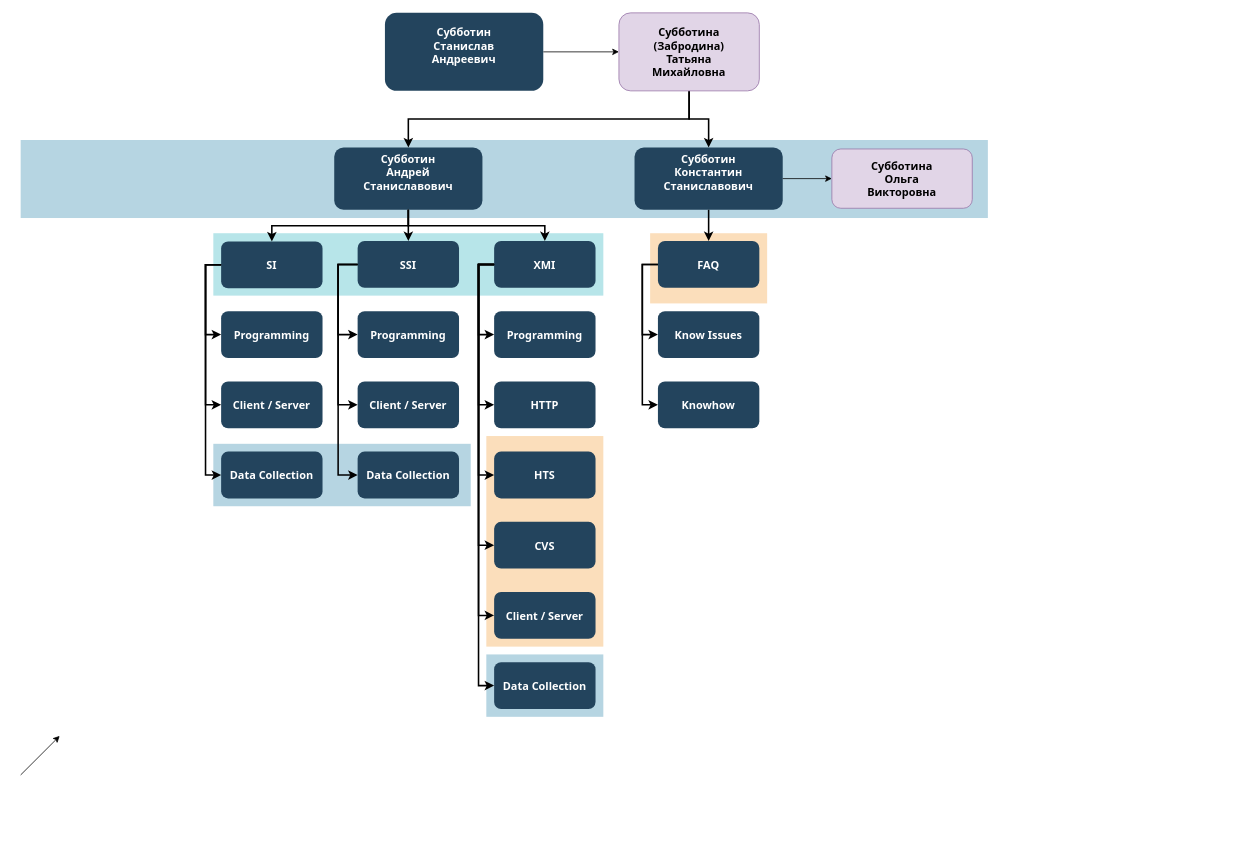
This is SubbotinStanislavAndreevich.drawio from sas26031962/family_tree, a draw.io file, before an edit. Source tidied: cells renumbered, new cells numbered last; positions are measured from the earlier drawing's top-left corner, leaving out a move shared by most shapes. Both pictures are drawn from the tidied source at 78%, with x=0, y=0 at pixel (20, 12).
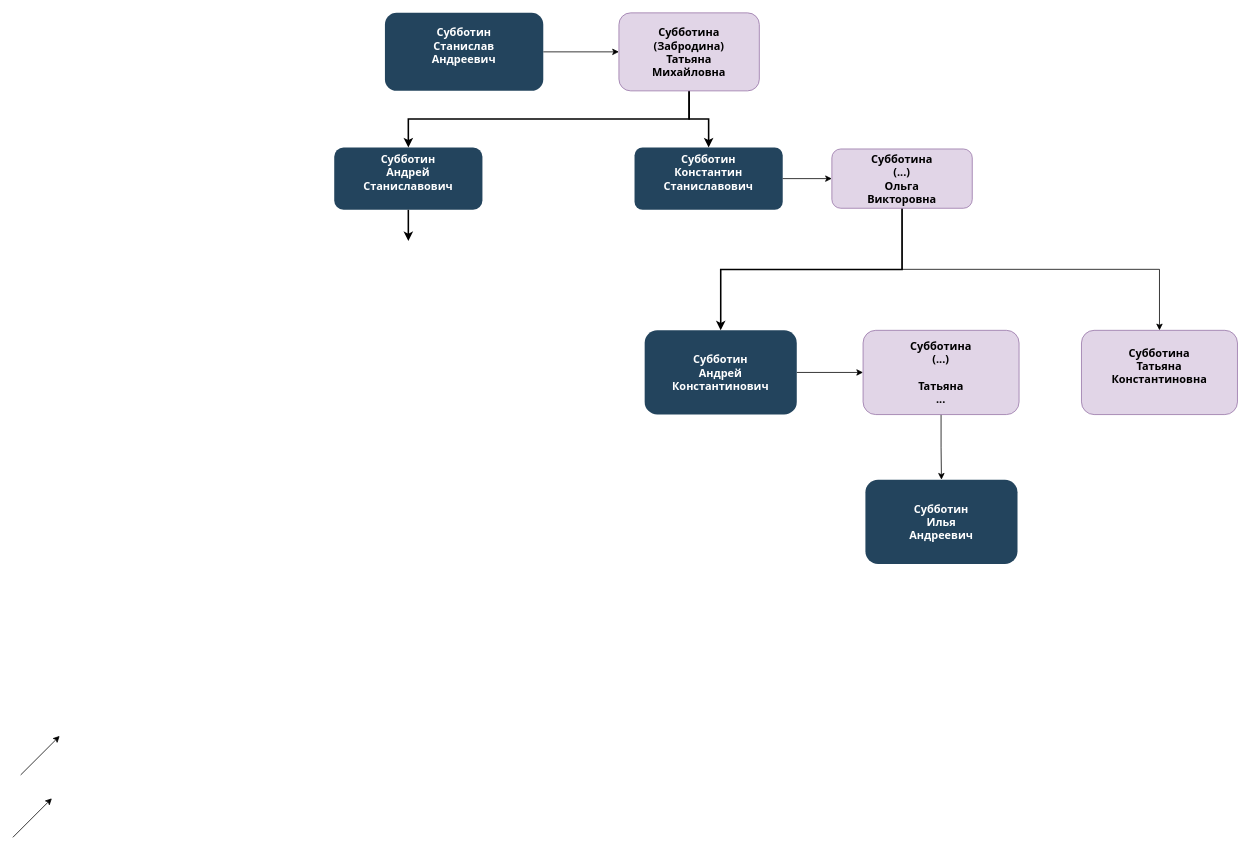
The same diagram, later.

The change refers to these unchanged cells:
```xml
<mxCell id="12" value="Субботин&#10;Андрей&#10;Станиславович&#10;" style="rounded=1;fillColor=#23445D;gradientColor=none;strokeColor=none;fontColor=#FFFFFF;fontStyle=1;fontFamily=Tahoma;fontSize=14;" parent="1" vertex="1">
  <mxGeometry x="402" y="172.5" width="190" height="80" as="geometry" />
</mxCell>
```

Change to the diagram source:
```diff
@@
-    <mxCell id="2" style="fillColor=#10739E;strokeColor=none;opacity=30;" parent="1" vertex="1">
-      <mxGeometry y="163" width="1240" height="100" as="geometry" />
-    </mxCell>
-    <mxCell id="3" style="fillColor=#F2931E;strokeColor=none;opacity=30;" parent="1" vertex="1">
-      <mxGeometry x="807" y="282.5" width="150" height="90" as="geometry" />
-    </mxCell>
-    <mxCell id="4" style="fillColor=#F2931E;strokeColor=none;opacity=30;" parent="1" vertex="1">
-      <mxGeometry x="597" y="542.5" width="150" height="270" as="geometry" />
-    </mxCell>
-    <mxCell id="5" style="fillColor=#10739E;strokeColor=none;opacity=30;" parent="1" vertex="1">
-      <mxGeometry x="597" y="822.5" width="150" height="80" as="geometry" />
-    </mxCell>
-    <mxCell id="6" style="fillColor=#10739E;strokeColor=none;opacity=30;" parent="1" vertex="1">
-      <mxGeometry x="247" y="552.5" width="330" height="80" as="geometry" />
-    </mxCell>
-    <mxCell id="7" style="fillColor=#12AAB5;strokeColor=none;opacity=30;" parent="1" vertex="1">
-      <mxGeometry x="247" y="282.5" width="500" height="80" as="geometry" />
-    </mxCell>
@@
-    <mxCell id="11" value="Субботин&#10;Константин&#10;Станиславович&#10;" style="rounded=1;fillColor=#23445D;gradientColor=none;strokeColor=none;fontColor=#FFFFFF;fontStyle=1;fontFamily=Tahoma;fontSize=14;" parent="1" vertex="1">
+    <mxCell id="11" value="Субботин&#10;Константин&#10;Станиславович&#10;" style="rounded=1;fillColor=#23445D;gradientColor=none;strokeColor=none;fontColor=#FFFFFF;fontStyle=1;fontFamily=Tahoma;fontSize=14;arcSize=13;" parent="1" vertex="1">
       <mxGeometry x="787" y="172.5" width="190" height="80" as="geometry" />
     </mxCell>
@@
-    <mxCell id="13" value="SI" style="rounded=1;fillColor=#23445D;gradientColor=none;strokeColor=none;fontColor=#FFFFFF;fontStyle=1;fontFamily=Tahoma;fontSize=14;" parent="1" vertex="1">
-      <mxGeometry x="257" y="293" width="130" height="60" as="geometry" />
-    </mxCell>
-    <mxCell id="14" value="Programming" style="rounded=1;fillColor=#23445D;gradientColor=none;strokeColor=none;fontColor=#FFFFFF;fontStyle=1;fontFamily=Tahoma;fontSize=14;" parent="1" vertex="1">
-      <mxGeometry x="257" y="382.5" width="130" height="60" as="geometry" />
-    </mxCell>
-    <mxCell id="15" value="Client / Server" style="rounded=1;fillColor=#23445D;gradientColor=none;strokeColor=none;fontColor=#FFFFFF;fontStyle=1;fontFamily=Tahoma;fontSize=14;" parent="1" vertex="1">
-      <mxGeometry x="257" y="472.5" width="130" height="60" as="geometry" />
-    </mxCell>
-    <mxCell id="16" value="Data Collection" style="rounded=1;fillColor=#23445D;gradientColor=none;strokeColor=none;fontColor=#FFFFFF;fontStyle=1;fontFamily=Tahoma;fontSize=14;" parent="1" vertex="1">
-      <mxGeometry x="257" y="562.5" width="130" height="60" as="geometry" />
-    </mxCell>
-    <mxCell id="17" value="SSI" style="rounded=1;fillColor=#23445D;gradientColor=none;strokeColor=none;fontColor=#FFFFFF;fontStyle=1;fontFamily=Tahoma;fontSize=14;" parent="1" vertex="1">
-      <mxGeometry x="432" y="292.5" width="130" height="60" as="geometry" />
-    </mxCell>
-    <mxCell id="18" value="Programming" style="rounded=1;fillColor=#23445D;gradientColor=none;strokeColor=none;fontColor=#FFFFFF;fontStyle=1;fontFamily=Tahoma;fontSize=14;" parent="1" vertex="1">
-      <mxGeometry x="432" y="382.5" width="130" height="60" as="geometry" />
-    </mxCell>
-    <mxCell id="19" value="Client / Server" style="rounded=1;fillColor=#23445D;gradientColor=none;strokeColor=none;fontColor=#FFFFFF;fontStyle=1;fontFamily=Tahoma;fontSize=14;" parent="1" vertex="1">
-      <mxGeometry x="432" y="472.5" width="130" height="60" as="geometry" />
-    </mxCell>
-    <mxCell id="20" value="Data Collection" style="rounded=1;fillColor=#23445D;gradientColor=none;strokeColor=none;fontColor=#FFFFFF;fontStyle=1;fontFamily=Tahoma;fontSize=14;" parent="1" vertex="1">
-      <mxGeometry x="432" y="562.5" width="130" height="60" as="geometry" />
-    </mxCell>
-    <mxCell id="21" value="XMI" style="rounded=1;fillColor=#23445D;gradientColor=none;strokeColor=none;fontColor=#FFFFFF;fontStyle=1;fontFamily=Tahoma;fontSize=14;" parent="1" vertex="1">
-      <mxGeometry x="607" y="292.5" width="130" height="60" as="geometry" />
-    </mxCell>
-    <mxCell id="22" value="Programming" style="rounded=1;fillColor=#23445D;gradientColor=none;strokeColor=none;fontColor=#FFFFFF;fontStyle=1;fontFamily=Tahoma;fontSize=14;" parent="1" vertex="1">
-      <mxGeometry x="607" y="382.5" width="130" height="60" as="geometry" />
-    </mxCell>
-    <mxCell id="23" value="HTTP" style="rounded=1;fillColor=#23445D;gradientColor=none;strokeColor=none;fontColor=#FFFFFF;fontStyle=1;fontFamily=Tahoma;fontSize=14;" parent="1" vertex="1">
-      <mxGeometry x="607" y="472.5" width="130" height="60" as="geometry" />
-    </mxCell>
-    <mxCell id="24" value="HTS" style="rounded=1;fillColor=#23445D;gradientColor=none;strokeColor=none;fontColor=#FFFFFF;fontStyle=1;fontFamily=Tahoma;fontSize=14;" parent="1" vertex="1">
-      <mxGeometry x="607" y="562.5" width="130" height="60" as="geometry" />
-    </mxCell>
-    <mxCell id="25" value="CVS" style="rounded=1;fillColor=#23445D;gradientColor=none;strokeColor=none;fontColor=#FFFFFF;fontStyle=1;fontFamily=Tahoma;fontSize=14;" parent="1" vertex="1">
-      <mxGeometry x="607" y="652.5" width="130" height="60" as="geometry" />
-    </mxCell>
-    <mxCell id="26" value="Client / Server" style="rounded=1;fillColor=#23445D;gradientColor=none;strokeColor=none;fontColor=#FFFFFF;fontStyle=1;fontFamily=Tahoma;fontSize=14;" parent="1" vertex="1">
-      <mxGeometry x="607" y="742.5" width="130" height="60" as="geometry" />
-    </mxCell>
-    <mxCell id="27" value="Data Collection" style="rounded=1;fillColor=#23445D;gradientColor=none;strokeColor=none;fontColor=#FFFFFF;fontStyle=1;fontFamily=Tahoma;fontSize=14;" parent="1" vertex="1">
-      <mxGeometry x="607" y="832.5" width="130" height="60" as="geometry" />
-    </mxCell>
+    <mxCell id="54" style="edgeStyle=orthogonalEdgeStyle;rounded=0;jettySize=auto;html=1;exitX=1;exitY=0.5;exitDx=0;exitDy=0;entryX=0;entryY=0.5;entryDx=0;entryDy=0;" parent="1" edge="1" source="28" target="57">
+      <mxGeometry relative="1" as="geometry" />
+    </mxCell>
-    <mxCell id="28" value="FAQ" style="rounded=1;fillColor=#23445D;gradientColor=none;strokeColor=none;fontColor=#FFFFFF;fontStyle=1;fontFamily=Tahoma;fontSize=14;" parent="1" vertex="1">
-      <mxGeometry x="817" y="292.5" width="130" height="60" as="geometry" />
+    <mxCell id="28" value="Субботин&#10;Андрей&#10;Константинович" style="rounded=1;fillColor=#23445D;gradientColor=none;strokeColor=none;fontColor=#FFFFFF;fontStyle=1;fontFamily=Tahoma;fontSize=14;" parent="1" vertex="1">
+      <mxGeometry x="800" y="407" width="195" height="108" as="geometry" />
     </mxCell>
-    <mxCell id="29" value="Know Issues" style="rounded=1;fillColor=#23445D;gradientColor=none;strokeColor=none;fontColor=#FFFFFF;fontStyle=1;fontFamily=Tahoma;fontSize=14;" parent="1" vertex="1">
-      <mxGeometry x="817" y="382.5" width="130" height="60" as="geometry" />
-    </mxCell>
-    <mxCell id="30" value="Knowhow" style="rounded=1;fillColor=#23445D;gradientColor=none;strokeColor=none;fontColor=#FFFFFF;fontStyle=1;fontFamily=Tahoma;fontSize=14;" parent="1" vertex="1">
-      <mxGeometry x="817" y="472.5" width="130" height="60" as="geometry" />
-    </mxCell>
@@
-    <mxCell id="32" style="edgeStyle=elbowEdgeStyle;elbow=horizontal;strokeWidth=2;rounded=0;" parent="1" edge="1" source="13" target="14">
-      <mxGeometry x="-23" y="135.5" as="geometry">
-        <Array as="points">
-          <mxPoint x="237" y="372.5" />
-        </Array>
-      </mxGeometry>
-    </mxCell>
-    <mxCell id="33" style="edgeStyle=elbowEdgeStyle;elbow=horizontal;strokeWidth=2;rounded=0;" parent="1" edge="1" source="13" target="15">
-      <mxGeometry x="-23" y="135.5" as="geometry">
-        <Array as="points">
-          <mxPoint x="237" y="412.5" />
-        </Array>
-      </mxGeometry>
-    </mxCell>
-    <mxCell id="34" style="edgeStyle=elbowEdgeStyle;elbow=horizontal;strokeWidth=2;rounded=0;" parent="1" edge="1" source="13" target="16">
-      <mxGeometry x="-23" y="135.5" as="geometry">
-        <Array as="points">
-          <mxPoint x="237" y="452.5" />
-        </Array>
-      </mxGeometry>
-    </mxCell>
-    <mxCell id="35" style="edgeStyle=elbowEdgeStyle;elbow=horizontal;strokeWidth=2;rounded=0;" parent="1" edge="1" source="17" target="18">
-      <mxGeometry x="-23" y="135.5" as="geometry">
-        <Array as="points">
-          <mxPoint x="407" y="372.5" />
-        </Array>
-      </mxGeometry>
-    </mxCell>
-    <mxCell id="36" style="edgeStyle=elbowEdgeStyle;elbow=horizontal;strokeWidth=2;rounded=0;" parent="1" edge="1" source="17" target="19">
-      <mxGeometry x="-23" y="135.5" as="geometry">
-        <Array as="points">
-          <mxPoint x="407" y="412.5" />
-        </Array>
-      </mxGeometry>
-    </mxCell>
-    <mxCell id="37" style="edgeStyle=elbowEdgeStyle;elbow=horizontal;strokeWidth=2;rounded=0;" parent="1" edge="1" source="17" target="20">
-      <mxGeometry x="-23" y="135.5" as="geometry">
-        <Array as="points">
-          <mxPoint x="407" y="452.5" />
-        </Array>
-      </mxGeometry>
-    </mxCell>
-    <mxCell id="38" style="edgeStyle=elbowEdgeStyle;elbow=horizontal;strokeWidth=2;rounded=0;" parent="1" edge="1" source="21" target="22">
-      <mxGeometry x="-23" y="135.5" as="geometry">
-        <Array as="points">
-          <mxPoint x="587" y="372.5" />
-        </Array>
-      </mxGeometry>
-    </mxCell>
-    <mxCell id="39" style="edgeStyle=elbowEdgeStyle;elbow=horizontal;strokeWidth=2;rounded=0;" parent="1" edge="1" source="21" target="23">
-      <mxGeometry x="-23" y="135.5" as="geometry">
-        <Array as="points">
-          <mxPoint x="587" y="412.5" />
-        </Array>
-      </mxGeometry>
-    </mxCell>
-    <mxCell id="40" style="edgeStyle=elbowEdgeStyle;elbow=horizontal;strokeWidth=2;rounded=0;" parent="1" edge="1" source="21" target="24">
-      <mxGeometry x="-23" y="135.5" as="geometry">
-        <Array as="points">
-          <mxPoint x="587" y="462.5" />
-        </Array>
-      </mxGeometry>
-    </mxCell>
-    <mxCell id="41" style="edgeStyle=elbowEdgeStyle;elbow=horizontal;strokeWidth=2;rounded=0;" parent="1" edge="1" source="21" target="25">
-      <mxGeometry x="-23" y="135.5" as="geometry">
-        <Array as="points">
-          <mxPoint x="587" y="502.5" />
-        </Array>
-      </mxGeometry>
-    </mxCell>
-    <mxCell id="42" style="edgeStyle=elbowEdgeStyle;elbow=horizontal;strokeWidth=2;rounded=0;" parent="1" edge="1" source="21" target="26">
-      <mxGeometry x="-23" y="135.5" as="geometry">
-        <Array as="points">
-          <mxPoint x="587" y="542.5" />
-        </Array>
-      </mxGeometry>
-    </mxCell>
-    <mxCell id="43" style="edgeStyle=elbowEdgeStyle;elbow=horizontal;strokeWidth=2;rounded=0;" parent="1" edge="1" source="21" target="27">
-      <mxGeometry x="-23" y="135.5" as="geometry">
-        <Array as="points">
-          <mxPoint x="587" y="592.5" />
-        </Array>
-      </mxGeometry>
-    </mxCell>
-    <mxCell id="44" style="edgeStyle=elbowEdgeStyle;elbow=horizontal;strokeWidth=2;rounded=0;" parent="1" edge="1" source="28" target="29">
-      <mxGeometry x="-23" y="135.5" as="geometry">
-        <Array as="points">
-          <mxPoint x="797" y="372.5" />
-        </Array>
-      </mxGeometry>
-    </mxCell>
-    <mxCell id="45" style="edgeStyle=elbowEdgeStyle;elbow=horizontal;strokeWidth=2;rounded=0;" parent="1" edge="1" source="28" target="30">
-      <mxGeometry x="-23" y="135.5" as="geometry">
-        <Array as="points">
-          <mxPoint x="797" y="422.5" />
-        </Array>
-      </mxGeometry>
-    </mxCell>
-    <mxCell id="46" style="edgeStyle=elbowEdgeStyle;elbow=vertical;strokeWidth=2;rounded=0;" parent="1" edge="1" source="12" target="13">
-      <mxGeometry x="-23" y="135.5" as="geometry" />
-    </mxCell>
-    <mxCell id="47" style="edgeStyle=elbowEdgeStyle;elbow=vertical;strokeWidth=2;rounded=0;" parent="1" edge="1" source="12" target="17">
-      <mxGeometry x="-23" y="135.5" as="geometry" />
+    <mxCell id="47" style="edgeStyle=elbowEdgeStyle;elbow=vertical;strokeWidth=2;rounded=0;" parent="1" edge="1" source="12">
+      <mxGeometry x="-23" y="135.5" as="geometry">
+        <mxPoint x="497" y="292.5" as="targetPoint" />
+      </mxGeometry>
     </mxCell>
-    <mxCell id="48" style="edgeStyle=elbowEdgeStyle;elbow=vertical;strokeWidth=2;rounded=0;" parent="1" edge="1" source="12" target="21">
-      <mxGeometry x="-23" y="135.5" as="geometry" />
-    </mxCell>
-    <mxCell id="49" style="edgeStyle=elbowEdgeStyle;elbow=vertical;strokeWidth=2;rounded=0;" parent="1" edge="1" source="11" target="28">
+    <mxCell id="49" style="edgeStyle=elbowEdgeStyle;elbow=vertical;strokeWidth=2;rounded=0;exitX=0.5;exitY=1;exitDx=0;exitDy=0;" parent="1" edge="1" source="51" target="28">
       <mxGeometry x="-23" y="135.5" as="geometry" />
     </mxCell>
@@
+    <mxCell id="55" style="edgeStyle=orthogonalEdgeStyle;rounded=0;jettySize=auto;html=1;entryX=0.5;entryY=0;entryDx=0;entryDy=0;exitX=0.5;exitY=1;exitDx=0;exitDy=0;" parent="1" edge="1" source="51" target="58">
+      <mxGeometry relative="1" as="geometry" />
+    </mxCell>
-    <mxCell id="51" value="Субботина&#10;Ольга&#10;Викторовна" style="rounded=1;fillColor=#e1d5e7;strokeColor=#9673a6;fontStyle=1;fontFamily=Tahoma;fontSize=14;" parent="1" vertex="1">
+    <mxCell id="51" value="Субботина&#10;(...)&#10;Ольга&#10;Викторовна" style="rounded=1;fillColor=#e1d5e7;strokeColor=#9673a6;fontStyle=1;fontFamily=Tahoma;fontSize=14;" parent="1" vertex="1">
       <mxGeometry x="1040" y="174.5" width="180" height="76" as="geometry" />
     </mxCell>
@@
+    <mxCell id="56" style="edgeStyle=orthogonalEdgeStyle;rounded=0;jettySize=auto;html=1;exitX=0.5;exitY=1;exitDx=0;exitDy=0;entryX=0.5;entryY=0;entryDx=0;entryDy=0;" parent="1" edge="1" source="57" target="59">
+      <mxGeometry relative="1" as="geometry" />
+    </mxCell>
+    <mxCell id="57" value="Субботина&#10;(...)&#10;&#10;Татьяна&#10;..." style="rounded=1;fillColor=#e1d5e7;strokeColor=#9673a6;fontStyle=1;fontFamily=Tahoma;fontSize=14;" parent="1" vertex="1">
+      <mxGeometry x="1080" y="407" width="200" height="108" as="geometry" />
+    </mxCell>
+    <mxCell id="58" value="Субботина&#10;Татьяна&#10;Константиновна&#10;" style="rounded=1;fillColor=#e1d5e7;strokeColor=#9673a6;fontStyle=1;fontFamily=Tahoma;fontSize=14;" parent="1" vertex="1">
+      <mxGeometry x="1360" y="407" width="200" height="108" as="geometry" />
+    </mxCell>
+    <mxCell id="59" value="Субботин&#10;Илья&#10;Андреевич" style="rounded=1;fillColor=#23445D;gradientColor=none;strokeColor=none;fontColor=#FFFFFF;fontStyle=1;fontFamily=Tahoma;fontSize=14;" parent="1" vertex="1">
+      <mxGeometry x="1083" y="598.5" width="195" height="108" as="geometry" />
+    </mxCell>
+    <mxCell id="60" style="endArrow=classic;html=1;" parent="1" edge="1">
+      <mxGeometry relative="1" as="geometry">
+        <mxPoint x="-10" y="1057" as="sourcePoint" />
+        <mxPoint x="40" y="1007" as="targetPoint" />
+      </mxGeometry>
+    </mxCell>
```
